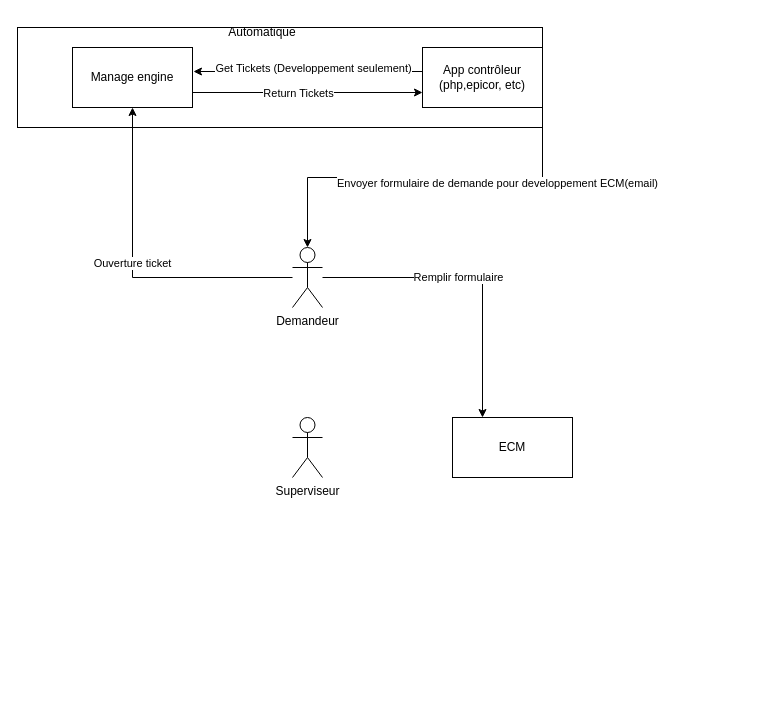
antoineQualtech/RepoDemandeDev keeps this draw.io diagram as Procedure.drawio. Above is the earlier version. Source tidied: cells renumbered, new cells numbered last; positions are measured from the earlier drawing's top-left corner, leaving out a move shared by most shapes. Both pictures are drawn from the tidied source at 100%, with x=0, y=0 at pixel (17, 17).
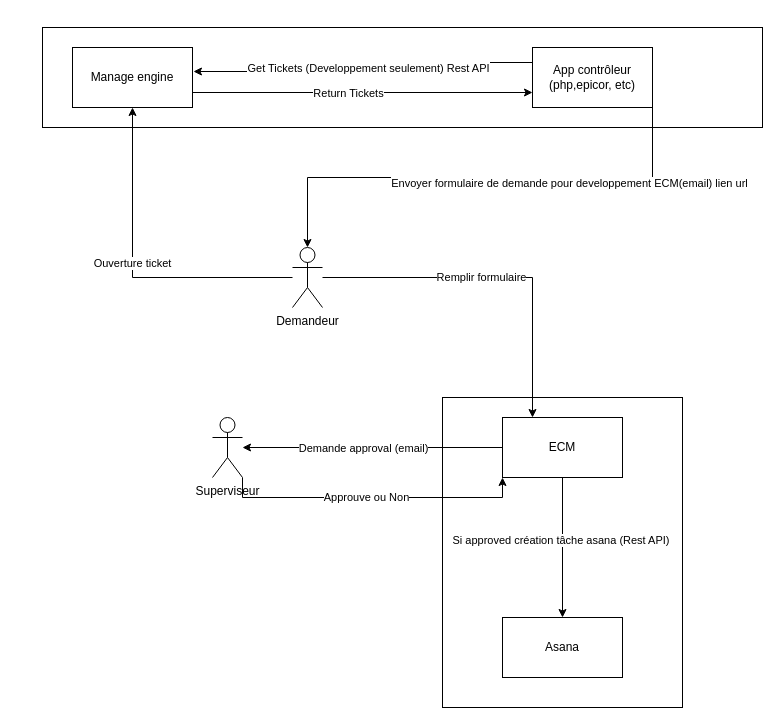
The same page after the edit.

Commit message (it also covers changes not shown here):
Mettre à jour Procedure.drawio

The change refers to these unchanged cells:
```xml
<mxCell id="6" style="edgeStyle=orthogonalEdgeStyle;rounded=0;jettySize=auto;html=1;entryX=1.008;entryY=0.4;entryDx=0;entryDy=0;entryPerimeter=0;exitX=0;exitY=0.25;exitDx=0;exitDy=0;" parent="1" edge="1" source="10" target="5">
  <mxGeometry relative="1" as="geometry">
    <Array as="points">
      <mxPoint x="405" y="54" />
    </Array>
  </mxGeometry>
</mxCell>
<mxCell id="8" style="edgeStyle=orthogonalEdgeStyle;rounded=0;jettySize=auto;html=1;exitX=1;exitY=1;exitDx=0;exitDy=0;entryX=0.5;entryY=0;entryDx=0;entryDy=0;entryPerimeter=0;" parent="1" edge="1" source="10" target="15">
  <mxGeometry relative="1" as="geometry" />
</mxCell>
```

Diff of the diagram source:
```diff
@@
+    <mxCell id="19" style="rounded=0;whiteSpace=wrap;html=1;" parent="1" vertex="1">
+      <mxGeometry x="425" y="380" width="240" height="310" as="geometry" />
+    </mxCell>
     <mxCell id="2" style="rounded=0;whiteSpace=wrap;html=1;" parent="1" vertex="1">
-      <mxGeometry y="10" width="525" height="100" as="geometry" />
+      <mxGeometry x="25" y="10" width="720" height="100" as="geometry" />
     </mxCell>
@@
-    <mxCell id="7" value="Get Tickets (Developpement seulement)" style="edgeLabel;html=1;align=center;verticalAlign=middle;" parent="6" vertex="1">
+    <mxCell id="7" value="Get Tickets (Developpement seulement) Rest API" style="edgeLabel;html=1;align=center;verticalAlign=middle;" parent="6" vertex="1">
       <mxGeometry y="3" relative="1" as="geometry">
         <mxPoint y="-7" as="offset" />
       </mxGeometry>
     </mxCell>
@@
-    <mxCell id="9" value="Envoyer formulaire de demande pour developpement ECM(email)" style="edgeLabel;html=1;align=center;verticalAlign=middle;" parent="8" vertex="1">
+    <mxCell id="9" value="Envoyer formulaire de demande pour developpement ECM(email) lien url" style="edgeLabel;html=1;align=center;verticalAlign=middle;" parent="8" vertex="1">
       <mxGeometry x="-0.31" y="1" relative="1" as="geometry">
         <mxPoint x="13" y="4" as="offset" />
       </mxGeometry>
     </mxCell>
     <mxCell id="10" value="App contrôleur (php,epicor, etc)" style="rounded=0;whiteSpace=wrap;html=1;" parent="1" vertex="1">
-      <mxGeometry x="405" y="30" width="120" height="60" as="geometry" />
+      <mxGeometry x="515" y="30" width="120" height="60" as="geometry" />
     </mxCell>
@@
-    <mxCell id="16" value="Automatique" style="text;html=1;align=center;verticalAlign=middle;whiteSpace=wrap;rounded=0;" parent="1" vertex="1">
-      <mxGeometry x="215" width="60" height="30" as="geometry" />
-    </mxCell>
+    <mxCell id="20" style="edgeStyle=orthogonalEdgeStyle;rounded=0;jettySize=auto;html=1;exitX=0;exitY=0.5;exitDx=0;exitDy=0;" parent="1" edge="1" source="17" target="18">
+      <mxGeometry relative="1" as="geometry" />
+    </mxCell>
+    <mxCell id="21" value="Demande approval (email)" style="edgeLabel;html=1;align=center;verticalAlign=middle;" parent="20" vertex="1">
+      <mxGeometry x="0.08" relative="1" as="geometry" />
+    </mxCell>
+    <mxCell id="22" style="edgeStyle=orthogonalEdgeStyle;rounded=0;jettySize=auto;html=1;exitX=0.5;exitY=1;exitDx=0;exitDy=0;entryX=0.5;entryY=0;entryDx=0;entryDy=0;" parent="1" edge="1" source="17" target="26">
+      <mxGeometry relative="1" as="geometry" />
+    </mxCell>
+    <mxCell id="23" value="Si approved création tâche asana (Rest API)&amp;nbsp;" style="edgeLabel;html=1;align=center;verticalAlign=middle;" parent="22" vertex="1">
+      <mxGeometry x="-0.11" y="-1" relative="1" as="geometry" />
+    </mxCell>
     <mxCell id="17" value="ECM" style="rounded=0;whiteSpace=wrap;html=1;" parent="1" vertex="1">
-      <mxGeometry x="435" y="400" width="120" height="60" as="geometry" />
+      <mxGeometry x="485" y="400" width="120" height="60" as="geometry" />
     </mxCell>
+    <mxCell id="24" style="edgeStyle=orthogonalEdgeStyle;rounded=0;jettySize=auto;html=1;exitX=1;exitY=1;exitDx=0;exitDy=0;exitPerimeter=0;entryX=0;entryY=1;entryDx=0;entryDy=0;" parent="1" edge="1" source="18" target="17">
+      <mxGeometry relative="1" as="geometry" />
+    </mxCell>
+    <mxCell id="25" value="Approuve ou Non" style="edgeLabel;html=1;align=center;verticalAlign=middle;" parent="24" vertex="1">
+      <mxGeometry x="-0.05" y="1" relative="1" as="geometry" />
+    </mxCell>
     <mxCell id="18" value="Superviseur" style="shape=umlActor;verticalLabelPosition=bottom;verticalAlign=top;html=1;outlineConnect=0;" parent="1" vertex="1">
-      <mxGeometry x="275" y="400" width="30" height="60" as="geometry" />
+      <mxGeometry x="195" y="400" width="30" height="60" as="geometry" />
     </mxCell>
+    <mxCell id="26" value="Asana" style="rounded=0;whiteSpace=wrap;html=1;" parent="1" vertex="1">
+      <mxGeometry x="485" y="600" width="120" height="60" as="geometry" />
+    </mxCell>
```
